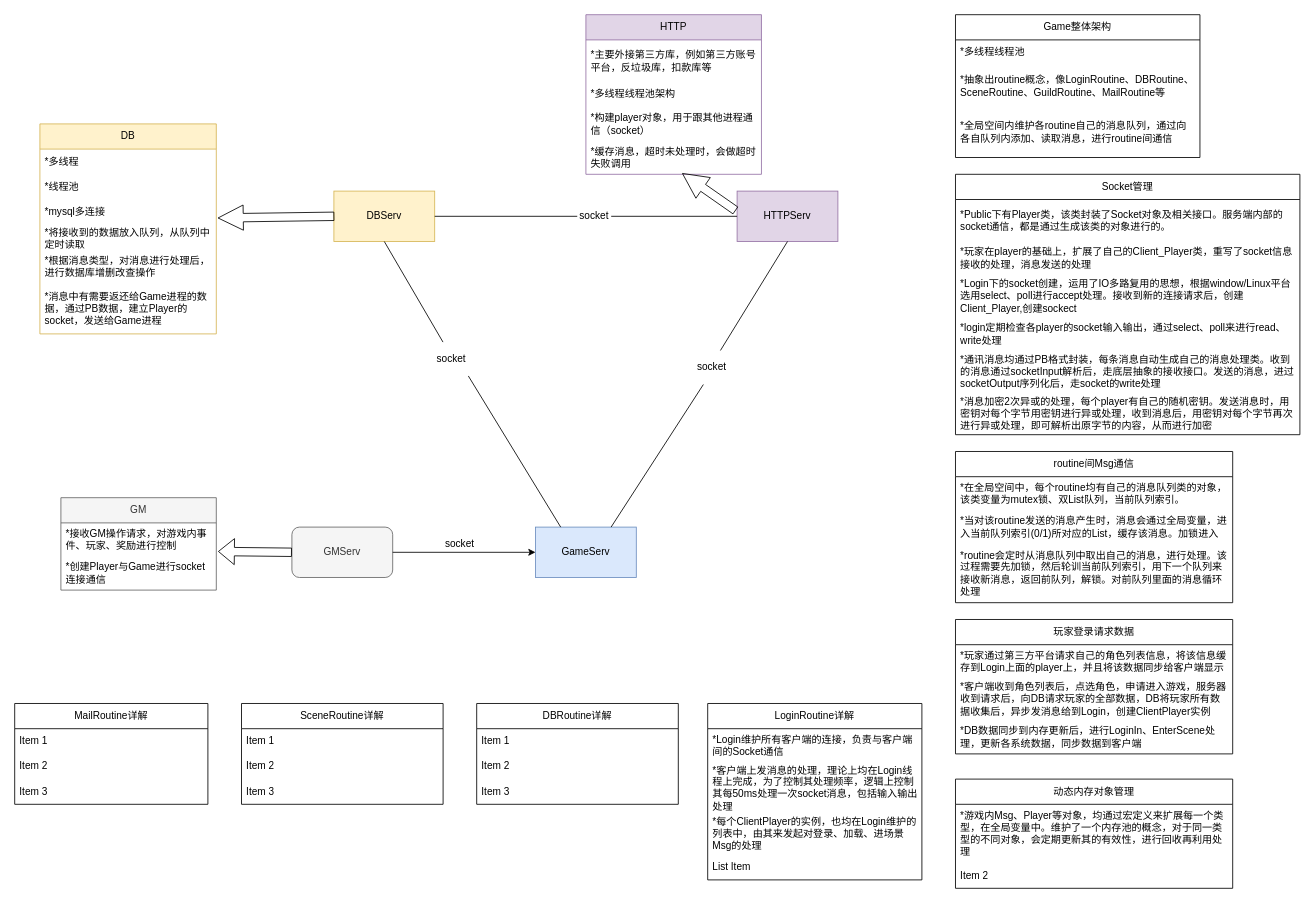
Above: 未命名绘图.drawio in xaosonggang/pictures (draw.io), before the change. Source tidied: cells renumbered, new cells numbered last; positions are measured from the earlier drawing's top-left corner, leaving out a move shared by most shapes. Both pictures are drawn from the tidied source at 84%, with x=0, y=0 at pixel (14, 14).
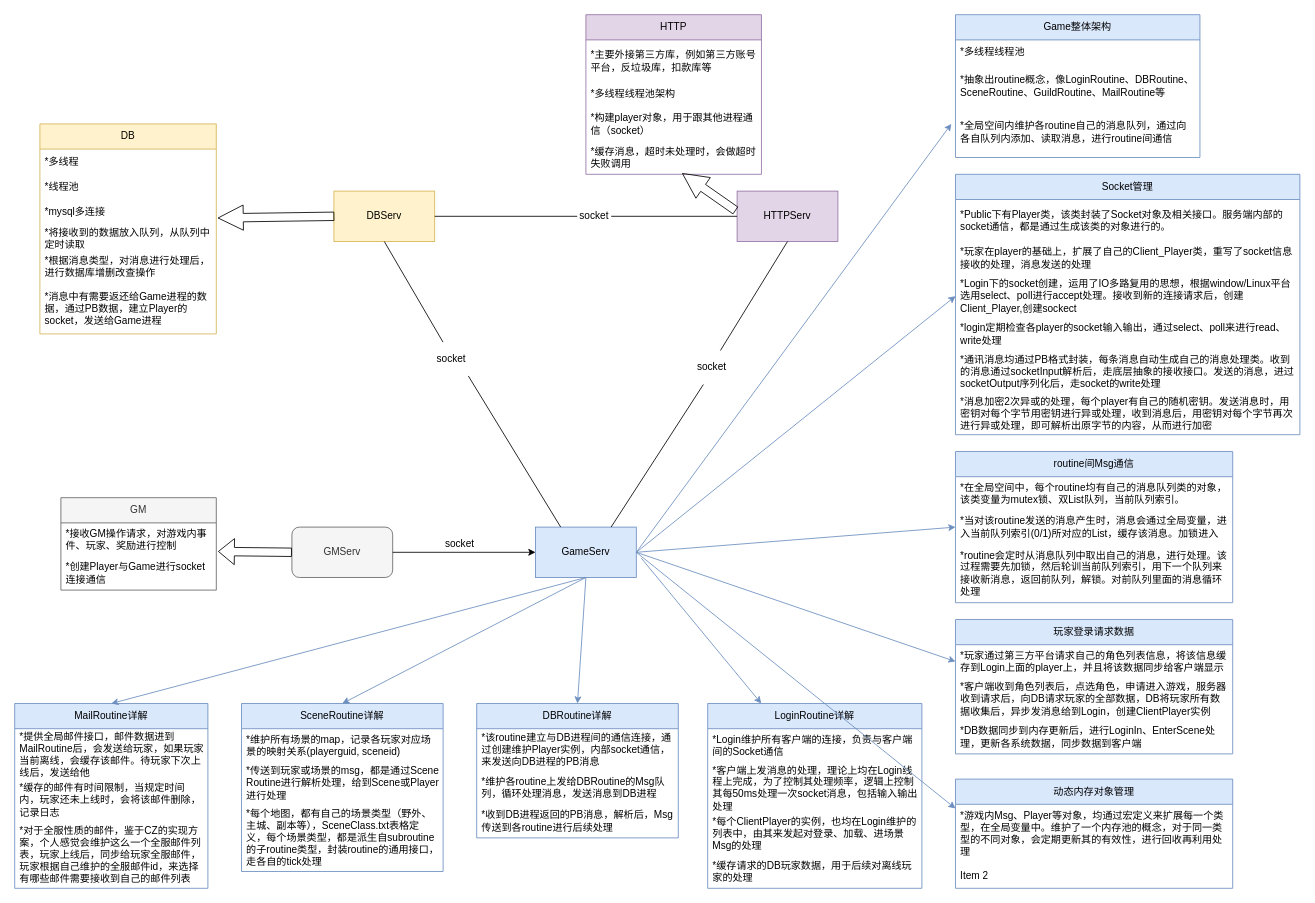
Above is the later version.

Unchanged cells that the change refers to:
```xml
<mxCell id="2" value="GameServ" style="rounded=0;whiteSpace=wrap;html=1;fillColor=#dae8fc;strokeColor=#6c8ebf;" parent="1" vertex="1">
  <mxGeometry x="620" y="610" width="120" height="60" as="geometry" />
</mxCell>
<mxCell id="34" value="*全局空间内维护各routine自己的消息队列，通过向各自队列内添加、读取消息，进行routine间通信" style="text;strokeColor=none;fillColor=none;align=left;verticalAlign=middle;spacingLeft=4;spacingRight=4;overflow=hidden;points=[[0,0.5],[1,0.5]];portConstraint=eastwest;whiteSpace=wrap;html=1;fontSize=12;fontFamily=Helvetica;fontColor=default;" parent="31" vertex="1">
  <mxGeometry y="110" width="291" height="60" as="geometry" />
</mxCell>
<mxCell id="38" value="*Login下的socket创建，运用了IO多路复用的思想，根据window/Linux平台选用select、poll进行accept处理。接收到新的连接请求后，创建Client_Player,创建sockect" style="text;strokeColor=none;fillColor=none;align=left;verticalAlign=middle;spacingLeft=4;spacingRight=4;overflow=hidden;points=[[0,0.5],[1,0.5]];portConstraint=eastwest;whiteSpace=wrap;html=1;fontSize=12;fontFamily=Helvetica;fontColor=default;" parent="35" vertex="1">
  <mxGeometry y="120" width="410" height="50" as="geometry" />
</mxCell>
<mxCell id="44" value="*当对该routine发送的消息产生时，消息会通过全局变量，进入当前队列索引(0/1)所对应的List，缓存该消息。加锁进入" style="text;strokeColor=none;fillColor=none;align=left;verticalAlign=middle;spacingLeft=4;spacingRight=4;overflow=hidden;points=[[0,0.5],[1,0.5]];portConstraint=eastwest;whiteSpace=wrap;html=1;fontSize=12;fontFamily=Helvetica;fontColor=default;" parent="42" vertex="1">
  <mxGeometry y="70" width="330" height="40" as="geometry" />
</mxCell>
<mxCell id="47" value="*玩家通过第三方平台请求自己的角色列表信息，将该信息缓存到Login上面的player上，并且将该数据同步给客户端显示" style="text;strokeColor=none;fillColor=none;align=left;verticalAlign=middle;spacingLeft=4;spacingRight=4;overflow=hidden;points=[[0,0.5],[1,0.5]];portConstraint=eastwest;whiteSpace=wrap;html=1;fontSize=12;fontFamily=Helvetica;fontColor=default;" parent="46" vertex="1">
  <mxGeometry y="30" width="330" height="40" as="geometry" />
</mxCell>
<mxCell id="51" value="*游戏内Msg、Player等对象，均通过宏定义来扩展每一个类型，在全局变量中。维护了一个内存池的概念，对于同一类型的不同对象，会定期更新其的有效性，进行回收再利用处理" style="text;strokeColor=none;fillColor=none;align=left;verticalAlign=middle;spacingLeft=4;spacingRight=4;overflow=hidden;points=[[0,0.5],[1,0.5]];portConstraint=eastwest;whiteSpace=wrap;html=1;fontSize=12;fontFamily=Helvetica;fontColor=default;" parent="50" vertex="1">
  <mxGeometry y="30" width="330" height="70" as="geometry" />
</mxCell>
```

Diff of the diagram source:
```diff
@@
-<mxGraphModel>
+<mxGraphModel background="#ffffff">
@@
-    <mxCell id="31" value="Game整体架构" style="swimlane;fontStyle=0;horizontal=1;startSize=30;whiteSpace=wrap;html=1;strokeColor=default;fontFamily=Helvetica;fontSize=12;fontColor=default;fillColor=default;" parent="1" vertex="1">
+    <mxCell id="31" value="Game整体架构" style="swimlane;fontStyle=0;horizontal=1;startSize=30;whiteSpace=wrap;html=1;strokeColor=#6c8ebf;fontFamily=Helvetica;fontSize=12;fillColor=#dae8fc;" parent="1" vertex="1">
       <mxGeometry x="1120" width="291" height="170" as="geometry" />
     </mxCell>
@@
-    <mxCell id="35" value="Socket管理" style="swimlane;fontStyle=0;horizontal=1;startSize=30;whiteSpace=wrap;html=1;strokeColor=default;fontFamily=Helvetica;fontSize=12;fontColor=default;fillColor=default;" parent="1" vertex="1">
+    <mxCell id="35" value="Socket管理" style="swimlane;fontStyle=0;horizontal=1;startSize=30;whiteSpace=wrap;html=1;strokeColor=#6c8ebf;fontFamily=Helvetica;fontSize=12;fillColor=#dae8fc;" parent="1" vertex="1">
       <mxGeometry x="1120" y="190" width="410" height="310" as="geometry" />
     </mxCell>
@@
-    <mxCell id="42" value="routine间Msg通信" style="swimlane;fontStyle=0;horizontal=1;startSize=30;whiteSpace=wrap;html=1;strokeColor=default;fontFamily=Helvetica;fontSize=12;fontColor=default;fillColor=default;" parent="1" vertex="1">
+    <mxCell id="42" value="routine间Msg通信" style="swimlane;fontStyle=0;horizontal=1;startSize=30;whiteSpace=wrap;html=1;strokeColor=#6c8ebf;fontFamily=Helvetica;fontSize=12;fillColor=#dae8fc;" parent="1" vertex="1">
       <mxGeometry x="1120" y="520" width="330" height="180" as="geometry" />
     </mxCell>
@@
-    <mxCell id="46" value="玩家登录请求数据" style="swimlane;fontStyle=0;horizontal=1;startSize=30;whiteSpace=wrap;html=1;strokeColor=default;fontFamily=Helvetica;fontSize=12;fontColor=default;fillColor=default;" parent="1" vertex="1">
+    <mxCell id="46" value="玩家登录请求数据" style="swimlane;fontStyle=0;horizontal=1;startSize=30;whiteSpace=wrap;html=1;strokeColor=#6c8ebf;fontFamily=Helvetica;fontSize=12;fillColor=#dae8fc;" parent="1" vertex="1">
       <mxGeometry x="1120" y="720" width="330" height="160" as="geometry" />
     </mxCell>
@@
-    <mxCell id="50" value="动态内存对象管理" style="swimlane;fontStyle=0;horizontal=1;startSize=30;whiteSpace=wrap;html=1;strokeColor=default;fontFamily=Helvetica;fontSize=12;fontColor=default;fillColor=default;" parent="1" vertex="1">
+    <mxCell id="50" value="动态内存对象管理" style="swimlane;fontStyle=0;horizontal=1;startSize=30;whiteSpace=wrap;html=1;strokeColor=#6c8ebf;fontFamily=Helvetica;fontSize=12;fillColor=#dae8fc;" parent="1" vertex="1">
       <mxGeometry x="1120" y="910" width="330" height="130" as="geometry" />
     </mxCell>
@@
-    <mxCell id="57" value="LoginRoutine详解" style="swimlane;fontStyle=0;horizontal=1;startSize=30;whiteSpace=wrap;html=1;strokeColor=default;fontFamily=Helvetica;fontSize=12;fontColor=default;fillColor=default;" parent="1" vertex="1">
-      <mxGeometry x="825" y="820" width="255" height="210" as="geometry" />
+    <mxCell id="57" value="LoginRoutine详解" style="swimlane;fontStyle=0;horizontal=1;startSize=30;whiteSpace=wrap;html=1;strokeColor=#6c8ebf;fontFamily=Helvetica;fontSize=12;fillColor=#dae8fc;" parent="1" vertex="1">
+      <mxGeometry x="825" y="820" width="255" height="220" as="geometry" />
     </mxCell>
@@
-    <mxCell id="61" value="List Item" style="text;strokeColor=none;fillColor=none;align=left;verticalAlign=middle;spacingLeft=4;spacingRight=4;overflow=hidden;whiteSpace=wrap;html=1;" parent="57" vertex="1">
-      <mxGeometry y="180" width="255" height="30" as="geometry" />
+    <mxCell id="61" value="*缓存请求的DB玩家数据，用于后续对离线玩家的处理" style="text;strokeColor=none;fillColor=none;align=left;verticalAlign=middle;spacingLeft=4;spacingRight=4;overflow=hidden;whiteSpace=wrap;html=1;" parent="57" vertex="1">
+      <mxGeometry y="180" width="255" height="40" as="geometry" />
     </mxCell>
-    <mxCell id="62" value="DBRoutine详解" style="swimlane;fontStyle=0;horizontal=1;startSize=30;whiteSpace=wrap;html=1;strokeColor=default;fontFamily=Helvetica;fontSize=12;fontColor=default;fillColor=default;" parent="1" vertex="1">
-      <mxGeometry x="550" y="820" width="240" height="120" as="geometry" />
+    <mxCell id="62" value="DBRoutine详解" style="swimlane;fontStyle=0;horizontal=1;startSize=30;whiteSpace=wrap;html=1;strokeColor=#6c8ebf;fontFamily=Helvetica;fontSize=12;fillColor=#dae8fc;" parent="1" vertex="1">
+      <mxGeometry x="550" y="820" width="240" height="160" as="geometry" />
     </mxCell>
-    <mxCell id="63" value="Item 1" style="text;strokeColor=none;fillColor=none;align=left;verticalAlign=middle;spacingLeft=4;spacingRight=4;overflow=hidden;whiteSpace=wrap;html=1;fontSize=12;fontFamily=Helvetica;fontColor=default;" parent="62" vertex="1">
-      <mxGeometry y="30" width="240" height="30" as="geometry" />
+    <mxCell id="63" value="*该routine建立与DB进程间的通信连接，通过创建维护Player实例，内部socket通信，来发送向DB进程的PB消息" style="text;strokeColor=none;fillColor=none;align=left;verticalAlign=middle;spacingLeft=4;spacingRight=4;overflow=hidden;whiteSpace=wrap;html=1;fontSize=12;fontFamily=Helvetica;fontColor=default;" parent="62" vertex="1">
+      <mxGeometry y="30" width="240" height="50" as="geometry" />
     </mxCell>
+    <mxCell id="65" value="*维护各routine上发给DBRoutine的Msg队列，循环处理消息，发送消息到DB进程" style="text;strokeColor=none;fillColor=none;align=left;verticalAlign=middle;spacingLeft=4;spacingRight=4;overflow=hidden;whiteSpace=wrap;html=1;fontSize=12;fontFamily=Helvetica;fontColor=default;" parent="62" vertex="1">
+      <mxGeometry y="80" width="240" height="40" as="geometry" />
+    </mxCell>
-    <mxCell id="64" value="Item 2" style="text;strokeColor=none;fillColor=none;align=left;verticalAlign=middle;spacingLeft=4;spacingRight=4;overflow=hidden;whiteSpace=wrap;html=1;fontSize=12;fontFamily=Helvetica;fontColor=default;" parent="62" vertex="1">
-      <mxGeometry y="60" width="240" height="30" as="geometry" />
+    <mxCell id="64" value="*收到DB进程返回的PB消息，解析后，Msg传送到各routine进行后续处理" style="text;strokeColor=none;fillColor=none;align=left;verticalAlign=middle;spacingLeft=4;spacingRight=4;overflow=hidden;whiteSpace=wrap;html=1;fontSize=12;fontFamily=Helvetica;fontColor=default;" parent="62" vertex="1">
+      <mxGeometry y="120" width="240" height="40" as="geometry" />
     </mxCell>
-    <mxCell id="65" value="Item 3" style="text;strokeColor=none;fillColor=none;align=left;verticalAlign=middle;spacingLeft=4;spacingRight=4;overflow=hidden;whiteSpace=wrap;html=1;fontSize=12;fontFamily=Helvetica;fontColor=default;" parent="62" vertex="1">
-      <mxGeometry y="90" width="240" height="30" as="geometry" />
-    </mxCell>
-    <mxCell id="66" value="SceneRoutine详解" style="swimlane;fontStyle=0;horizontal=1;startSize=30;whiteSpace=wrap;html=1;strokeColor=default;fontFamily=Helvetica;fontSize=12;fontColor=default;fillColor=default;" parent="1" vertex="1">
-      <mxGeometry x="270" y="820" width="240" height="120" as="geometry" />
+    <mxCell id="66" value="SceneRoutine详解" style="swimlane;fontStyle=0;horizontal=1;startSize=30;whiteSpace=wrap;html=1;strokeColor=#6c8ebf;fontFamily=Helvetica;fontSize=12;fillColor=#dae8fc;" parent="1" vertex="1">
+      <mxGeometry x="270" y="820" width="240" height="200" as="geometry" />
     </mxCell>
-    <mxCell id="67" value="Item 1" style="text;strokeColor=none;fillColor=none;align=left;verticalAlign=middle;spacingLeft=4;spacingRight=4;overflow=hidden;whiteSpace=wrap;html=1;fontSize=12;fontFamily=Helvetica;fontColor=default;" parent="66" vertex="1">
-      <mxGeometry y="30" width="240" height="30" as="geometry" />
+    <mxCell id="67" value="*维护所有场景的map，记录各玩家对应场景的映射关系(playerguid, sceneid)" style="text;strokeColor=none;fillColor=none;align=left;verticalAlign=middle;spacingLeft=4;spacingRight=4;overflow=hidden;whiteSpace=wrap;html=1;fontSize=12;fontFamily=Helvetica;fontColor=default;" parent="66" vertex="1">
+      <mxGeometry y="30" width="240" height="40" as="geometry" />
     </mxCell>
-    <mxCell id="68" value="Item 2" style="text;strokeColor=none;fillColor=none;align=left;verticalAlign=middle;spacingLeft=4;spacingRight=4;overflow=hidden;whiteSpace=wrap;html=1;fontSize=12;fontFamily=Helvetica;fontColor=default;" parent="66" vertex="1">
-      <mxGeometry y="60" width="240" height="30" as="geometry" />
+    <mxCell id="68" value="*传送到玩家或场景的msg，都是通过Scene Routine进行解析处理，给到Scene或Player进行处理" style="text;strokeColor=none;fillColor=none;align=left;verticalAlign=middle;spacingLeft=4;spacingRight=4;overflow=hidden;whiteSpace=wrap;html=1;fontSize=12;fontFamily=Helvetica;fontColor=default;" parent="66" vertex="1">
+      <mxGeometry y="70" width="240" height="50" as="geometry" />
     </mxCell>
-    <mxCell id="69" value="Item 3" style="text;strokeColor=none;fillColor=none;align=left;verticalAlign=middle;spacingLeft=4;spacingRight=4;overflow=hidden;whiteSpace=wrap;html=1;fontSize=12;fontFamily=Helvetica;fontColor=default;" parent="66" vertex="1">
-      <mxGeometry y="90" width="240" height="30" as="geometry" />
+    <mxCell id="69" value="*每个地图，都有自己的场景类型（野外、主城、副本等），SceneClass.txt表格定义，每个场景类型，都是派生自subroutine的子routine类型，封装routine的通用接口，走各自的tick处理" style="text;strokeColor=none;fillColor=none;align=left;verticalAlign=middle;spacingLeft=4;spacingRight=4;overflow=hidden;whiteSpace=wrap;html=1;fontSize=12;fontFamily=Helvetica;fontColor=default;" parent="66" vertex="1">
+      <mxGeometry y="120" width="240" height="80" as="geometry" />
     </mxCell>
-    <mxCell id="70" value="MailRoutine详解" style="swimlane;fontStyle=0;horizontal=1;startSize=30;whiteSpace=wrap;html=1;strokeColor=default;fontFamily=Helvetica;fontSize=12;fontColor=default;fillColor=default;" parent="1" vertex="1">
-      <mxGeometry y="820" width="230" height="120" as="geometry" />
+    <mxCell id="70" value="MailRoutine详解" style="swimlane;fontStyle=0;horizontal=1;startSize=30;whiteSpace=wrap;html=1;strokeColor=#6c8ebf;fontFamily=Helvetica;fontSize=12;fillColor=#dae8fc;" parent="1" vertex="1">
+      <mxGeometry y="820" width="230" height="220" as="geometry" />
     </mxCell>
-    <mxCell id="71" value="Item 1" style="text;strokeColor=none;fillColor=none;align=left;verticalAlign=middle;spacingLeft=4;spacingRight=4;overflow=hidden;whiteSpace=wrap;html=1;fontSize=12;fontFamily=Helvetica;fontColor=default;" parent="70" vertex="1">
-      <mxGeometry y="30" width="230" height="30" as="geometry" />
+    <mxCell id="71" value="*提供全局邮件接口，邮件数据进到MailRoutine后，会发送给玩家，如果玩家当前离线，会缓存该邮件。待玩家下次上线后，发送给他" style="text;strokeColor=none;fillColor=none;align=left;verticalAlign=middle;spacingLeft=4;spacingRight=4;overflow=hidden;whiteSpace=wrap;html=1;fontSize=12;fontFamily=Helvetica;fontColor=default;" parent="70" vertex="1">
+      <mxGeometry y="30" width="230" height="60" as="geometry" />
     </mxCell>
-    <mxCell id="72" value="Item 2" style="text;strokeColor=none;fillColor=none;align=left;verticalAlign=middle;spacingLeft=4;spacingRight=4;overflow=hidden;whiteSpace=wrap;html=1;fontSize=12;fontFamily=Helvetica;fontColor=default;" parent="70" vertex="1">
-      <mxGeometry y="60" width="230" height="30" as="geometry" />
+    <mxCell id="72" value="*缓存的邮件有时间限制，当规定时间内，玩家还未上线时，会将该邮件删除，记录日志" style="text;strokeColor=none;fillColor=none;align=left;verticalAlign=middle;spacingLeft=4;spacingRight=4;overflow=hidden;whiteSpace=wrap;html=1;fontSize=12;fontFamily=Helvetica;fontColor=default;" parent="70" vertex="1">
+      <mxGeometry y="90" width="230" height="50" as="geometry" />
     </mxCell>
-    <mxCell id="73" value="Item 3" style="text;strokeColor=none;fillColor=none;align=left;verticalAlign=middle;spacingLeft=4;spacingRight=4;overflow=hidden;whiteSpace=wrap;html=1;fontSize=12;fontFamily=Helvetica;fontColor=default;" parent="70" vertex="1">
-      <mxGeometry y="90" width="230" height="30" as="geometry" />
+    <mxCell id="73" value="*对于全服性质的邮件，鉴于CZ的实现方案，个人感觉会维护这么一个全服邮件列表，玩家上线后，同步给玩家全服邮件，玩家根据自己维护的全服邮件id，来选择有哪些邮件需要接收到自己的邮件列表" style="text;strokeColor=none;fillColor=none;align=left;verticalAlign=middle;spacingLeft=4;spacingRight=4;overflow=hidden;whiteSpace=wrap;html=1;fontSize=12;fontFamily=Helvetica;fontColor=default;" parent="70" vertex="1">
+      <mxGeometry y="140" width="230" height="80" as="geometry" />
     </mxCell>
+    <mxCell id="74" style="endArrow=classic;html=1;rounded=0;fontFamily=Helvetica;fontSize=12;fontColor=default;entryX=-0.017;entryY=0.333;entryDx=0;entryDy=0;entryPerimeter=0;exitX=1;exitY=0.5;exitDx=0;exitDy=0;fillColor=#dae8fc;strokeColor=#6c8ebf;" parent="1" edge="1" source="2" target="34">
+      <mxGeometry relative="1" as="geometry" />
+    </mxCell>
+    <mxCell id="75" style="endArrow=classic;html=1;rounded=0;fontFamily=Helvetica;fontSize=12;fontColor=default;entryX=0;entryY=0.5;entryDx=0;entryDy=0;exitX=1;exitY=0.5;exitDx=0;exitDy=0;fillColor=#dae8fc;strokeColor=#6c8ebf;" parent="1" edge="1" source="2" target="38">
+      <mxGeometry relative="1" as="geometry" />
+    </mxCell>
+    <mxCell id="76" style="endArrow=classic;html=1;rounded=0;fontFamily=Helvetica;fontSize=12;fontColor=default;entryX=0;entryY=0.5;entryDx=0;entryDy=0;exitX=1;exitY=0.5;exitDx=0;exitDy=0;fillColor=#dae8fc;strokeColor=#6c8ebf;" parent="1" edge="1" source="2" target="44">
+      <mxGeometry relative="1" as="geometry" />
+    </mxCell>
+    <mxCell id="77" style="endArrow=classic;html=1;rounded=0;fontFamily=Helvetica;fontSize=12;fontColor=default;entryX=0;entryY=0.5;entryDx=0;entryDy=0;fillColor=#dae8fc;strokeColor=#6c8ebf;" parent="1" edge="1" target="47">
+      <mxGeometry relative="1" as="geometry">
+        <mxPoint x="740" y="640" as="sourcePoint" />
+      </mxGeometry>
+    </mxCell>
+    <mxCell id="78" style="endArrow=classic;html=1;rounded=0;fontFamily=Helvetica;fontSize=12;fontColor=default;entryX=0;entryY=0.071;entryDx=0;entryDy=0;fillColor=#dae8fc;strokeColor=#6c8ebf;entryPerimeter=0;exitX=1;exitY=0.5;exitDx=0;exitDy=0;" parent="1" edge="1" source="2" target="51">
+      <mxGeometry relative="1" as="geometry" />
+    </mxCell>
+    <mxCell id="79" style="endArrow=classic;html=1;rounded=0;fontFamily=Helvetica;fontSize=12;fontColor=default;entryX=0.25;entryY=0;entryDx=0;entryDy=0;fillColor=#dae8fc;strokeColor=#6c8ebf;exitX=1.05;exitY=0.617;exitDx=0;exitDy=0;exitPerimeter=0;" parent="1" edge="1" source="2" target="57">
+      <mxGeometry relative="1" as="geometry" />
+    </mxCell>
+    <mxCell id="80" style="endArrow=classic;html=1;rounded=0;fontFamily=Helvetica;fontSize=12;fontColor=default;entryX=0.5;entryY=0;entryDx=0;entryDy=0;fillColor=#dae8fc;strokeColor=#6c8ebf;exitX=0.5;exitY=1;exitDx=0;exitDy=0;" parent="1" edge="1" source="2" target="62">
+      <mxGeometry relative="1" as="geometry" />
+    </mxCell>
+    <mxCell id="81" style="endArrow=classic;html=1;rounded=0;fontFamily=Helvetica;fontSize=12;fontColor=default;entryX=0.5;entryY=0;entryDx=0;entryDy=0;fillColor=#dae8fc;strokeColor=#6c8ebf;" parent="1" edge="1" target="66">
+      <mxGeometry relative="1" as="geometry">
+        <mxPoint x="680" y="670" as="sourcePoint" />
+      </mxGeometry>
+    </mxCell>
+    <mxCell id="82" style="endArrow=classic;html=1;rounded=0;fontFamily=Helvetica;fontSize=12;fontColor=default;entryX=0.5;entryY=0;entryDx=0;entryDy=0;fillColor=#dae8fc;strokeColor=#6c8ebf;" parent="1" edge="1" target="70">
+      <mxGeometry relative="1" as="geometry">
+        <mxPoint x="680" y="670" as="sourcePoint" />
+      </mxGeometry>
+    </mxCell>
```
